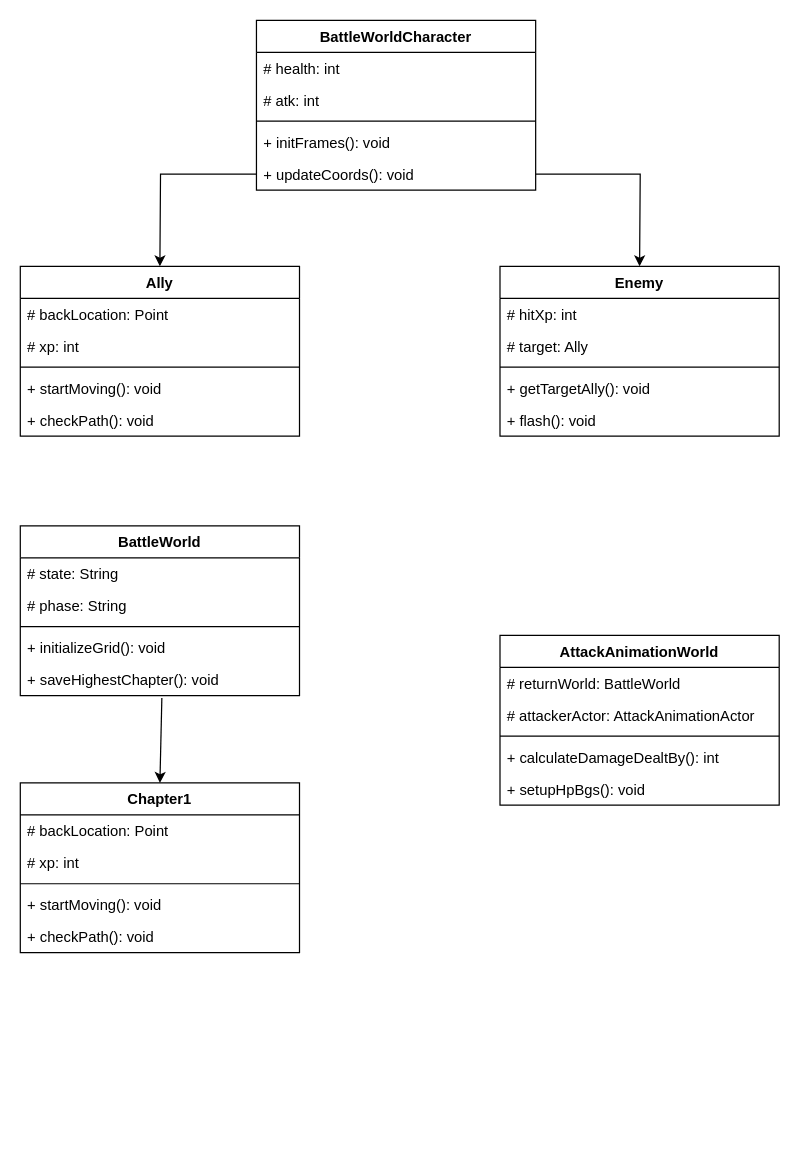
Above: ClassDiagram.drawio.xml in 340802040/HolyInsurrectionAFootIntoHeaven (draw.io), before the change. Source tidied: cells renumbered, new cells numbered last; positions are measured from the earlier drawing's top-left corner, leaving out a move shared by most shapes. Both pictures are drawn from the tidied source at 123%, with x=0, y=0 at pixel (20, 20).
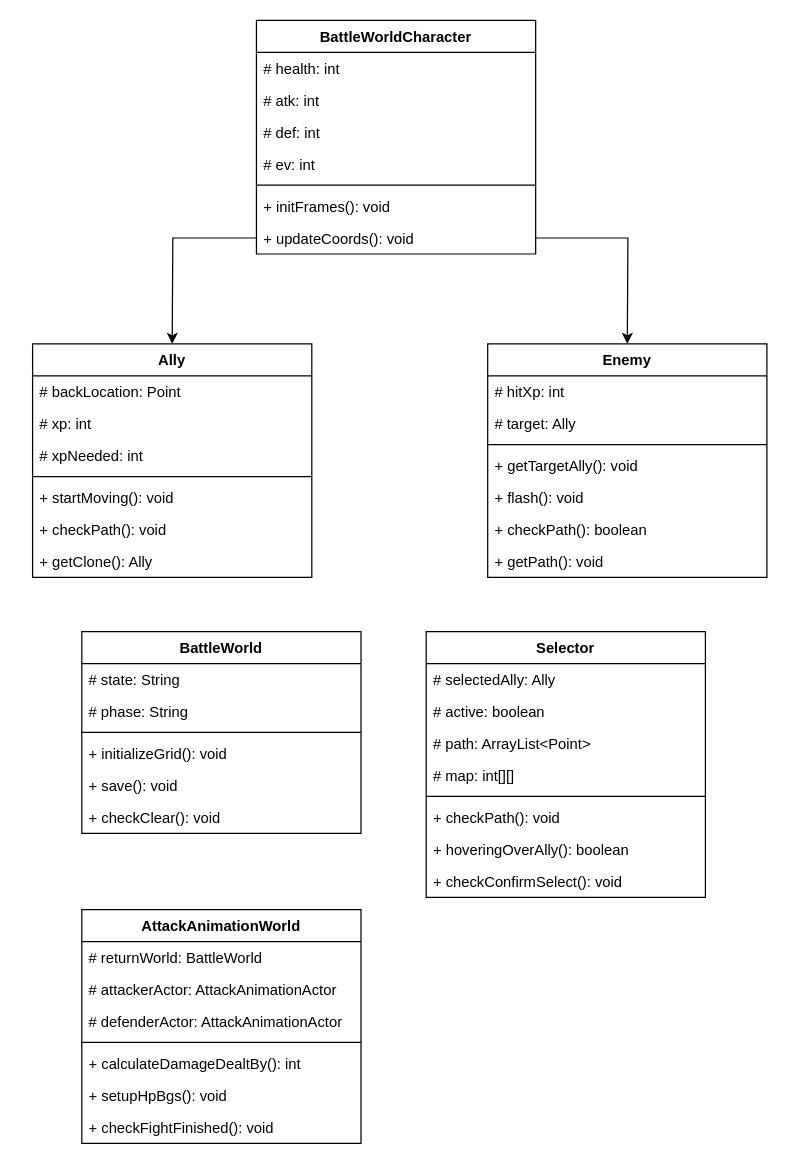
The same diagram, later.

Commit message (it also covers changes not shown here):
Update class diagram

What changed in the source:
```diff
@@
     <mxCell id="2" value="BattleWorldCharacter" style="swimlane;fontStyle=1;align=center;verticalAlign=top;horizontal=1;startSize=26;" parent="1" vertex="1">
-      <mxGeometry x="192" width="227" height="138" as="geometry" />
+      <mxGeometry x="192" width="227" height="190" as="geometry" />
     </mxCell>
@@
+    <mxCell id="41" value="# def: int " style="text;strokeColor=none;fillColor=none;align=left;verticalAlign=top;spacingLeft=4;spacingRight=4;overflow=hidden;" parent="2" vertex="1">
+      <mxGeometry y="78" width="227" height="26" as="geometry" />
+    </mxCell>
+    <mxCell id="42" value="# ev: int " style="text;strokeColor=none;fillColor=none;align=left;verticalAlign=top;spacingLeft=4;spacingRight=4;overflow=hidden;" parent="2" vertex="1">
+      <mxGeometry y="104" width="227" height="26" as="geometry" />
+    </mxCell>
     <mxCell id="5" style="line;strokeWidth=1;fillColor=none;align=left;verticalAlign=middle;spacingTop=-1;spacingLeft=3;spacingRight=3;labelPosition=right;strokeColor=inherit;" parent="2" vertex="1">
-      <mxGeometry y="78" width="227" height="8" as="geometry" />
+      <mxGeometry y="130" width="227" height="8" as="geometry" />
     </mxCell>
     <mxCell id="6" value="+ initFrames(): void" style="text;strokeColor=none;fillColor=none;align=left;verticalAlign=top;spacingLeft=4;spacingRight=4;overflow=hidden;" parent="2" vertex="1">
-      <mxGeometry y="86" width="227" height="26" as="geometry" />
+      <mxGeometry y="138" width="227" height="26" as="geometry" />
     </mxCell>
     <mxCell id="7" value="+ updateCoords(): void" style="text;strokeColor=none;fillColor=none;align=left;verticalAlign=top;spacingLeft=4;spacingRight=4;overflow=hidden;points=[[0,0.5],[1,0.5]];portConstraint=eastwest;" parent="2" vertex="1">
-      <mxGeometry y="112" width="227" height="26" as="geometry" />
+      <mxGeometry y="164" width="227" height="26" as="geometry" />
     </mxCell>
     <mxCell id="8" style="endArrow=classic;html=1;rounded=0;exitX=0;exitY=0.5;exitDx=0;exitDy=0;entryX=0.5;entryY=0;entryDx=0;entryDy=0;" parent="1" edge="1" source="7" target="9">
       <mxGeometry relative="1" as="geometry">
         <Array as="points">
-          <mxPoint x="114" y="125" />
+          <mxPoint x="124" y="177" />
         </Array>
       </mxGeometry>
     </mxCell>
     <mxCell id="9" value="Ally" style="swimlane;fontStyle=1;align=center;verticalAlign=top;horizontal=1;startSize=26;" parent="1" vertex="1">
-      <mxGeometry y="200" width="227" height="138" as="geometry" />
+      <mxGeometry x="10" y="263" width="227" height="190" as="geometry" />
     </mxCell>
@@
+    <mxCell id="43" value="# xpNeeded: int" style="text;strokeColor=none;fillColor=none;align=left;verticalAlign=top;spacingLeft=4;spacingRight=4;overflow=hidden;" parent="9" vertex="1">
+      <mxGeometry y="78" width="227" height="26" as="geometry" />
+    </mxCell>
     <mxCell id="12" style="line;strokeWidth=1;fillColor=none;align=left;verticalAlign=middle;spacingTop=-1;spacingLeft=3;spacingRight=3;labelPosition=right;strokeColor=inherit;" parent="9" vertex="1">
-      <mxGeometry y="78" width="227" height="8" as="geometry" />
+      <mxGeometry y="104" width="227" height="8" as="geometry" />
     </mxCell>
     <mxCell id="13" value="+ startMoving(): void" style="text;strokeColor=none;fillColor=none;align=left;verticalAlign=top;spacingLeft=4;spacingRight=4;overflow=hidden;" parent="9" vertex="1">
-      <mxGeometry y="86" width="227" height="26" as="geometry" />
+      <mxGeometry y="112" width="227" height="26" as="geometry" />
     </mxCell>
     <mxCell id="14" value="+ checkPath(): void" style="text;strokeColor=none;fillColor=none;align=left;verticalAlign=top;spacingLeft=4;spacingRight=4;overflow=hidden;" parent="9" vertex="1">
-      <mxGeometry y="112" width="227" height="26" as="geometry" />
+      <mxGeometry y="138" width="227" height="26" as="geometry" />
     </mxCell>
+    <mxCell id="44" value="+ getClone(): Ally" style="text;strokeColor=none;fillColor=none;align=left;verticalAlign=top;spacingLeft=4;spacingRight=4;overflow=hidden;" parent="9" vertex="1">
+      <mxGeometry y="164" width="227" height="26" as="geometry" />
+    </mxCell>
     <mxCell id="15" style="endArrow=classic;html=1;rounded=0;exitX=1;exitY=0.5;exitDx=0;exitDy=0;entryX=0.5;entryY=0;entryDx=0;entryDy=0;" parent="1" edge="1" source="7" target="16">
       <mxGeometry relative="1" as="geometry">
         <Array as="points">
-          <mxPoint x="504" y="125" />
+          <mxPoint x="494" y="177" />
         </Array>
       </mxGeometry>
     </mxCell>
     <mxCell id="16" value="Enemy" style="swimlane;fontStyle=1;align=center;verticalAlign=top;horizontal=1;startSize=26;" parent="1" vertex="1">
-      <mxGeometry x="390" y="200" width="227" height="138" as="geometry" />
+      <mxGeometry x="380" y="263" width="227" height="190" as="geometry" />
     </mxCell>
@@
+    <mxCell id="45" value="+ checkPath(): boolean" style="text;strokeColor=none;fillColor=none;align=left;verticalAlign=top;spacingLeft=4;spacingRight=4;overflow=hidden;" parent="16" vertex="1">
+      <mxGeometry y="138" width="227" height="26" as="geometry" />
+    </mxCell>
+    <mxCell id="46" value="+ getPath(): void" style="text;strokeColor=none;fillColor=none;align=left;verticalAlign=top;spacingLeft=4;spacingRight=4;overflow=hidden;" parent="16" vertex="1">
+      <mxGeometry y="164" width="227" height="26" as="geometry" />
+    </mxCell>
     <mxCell id="22" value="BattleWorld" style="swimlane;fontStyle=1;align=center;verticalAlign=top;horizontal=1;startSize=26;" parent="1" vertex="1">
-      <mxGeometry y="411" width="227" height="138" as="geometry" />
+      <mxGeometry x="50" y="497" width="227" height="164" as="geometry" />
     </mxCell>
@@
-    <mxCell id="27" value="+ saveHighestChapter(): void" style="text;strokeColor=none;fillColor=none;align=left;verticalAlign=top;spacingLeft=4;spacingRight=4;overflow=hidden;points=[[0,0.5],[1,0.5]];portConstraint=eastwest;" parent="22" vertex="1">
+    <mxCell id="27" value="+ save(): void" style="text;strokeColor=none;fillColor=none;align=left;verticalAlign=top;spacingLeft=4;spacingRight=4;overflow=hidden;points=[[0,0.5],[1,0.5]];portConstraint=eastwest;" parent="22" vertex="1">
       <mxGeometry y="112" width="227" height="26" as="geometry" />
     </mxCell>
-    <mxCell id="28" value="Chapter1" style="swimlane;fontStyle=1;align=center;verticalAlign=top;horizontal=1;startSize=26;" parent="1" vertex="1">
-      <mxGeometry y="620" width="227" height="138" as="geometry" />
-    </mxCell>
-    <mxCell id="29" value="# backLocation: Point" style="text;strokeColor=none;fillColor=none;align=left;verticalAlign=top;spacingLeft=4;spacingRight=4;overflow=hidden;" parent="28" vertex="1">
-      <mxGeometry y="26" width="227" height="26" as="geometry" />
-    </mxCell>
-    <mxCell id="30" value="# xp: int" style="text;strokeColor=none;fillColor=none;align=left;verticalAlign=top;spacingLeft=4;spacingRight=4;overflow=hidden;" parent="28" vertex="1">
-      <mxGeometry y="52" width="227" height="26" as="geometry" />
-    </mxCell>
-    <mxCell id="31" style="line;strokeWidth=1;fillColor=none;align=left;verticalAlign=middle;spacingTop=-1;spacingLeft=3;spacingRight=3;labelPosition=right;strokeColor=inherit;" parent="28" vertex="1">
-      <mxGeometry y="78" width="227" height="8" as="geometry" />
-    </mxCell>
-    <mxCell id="32" value="+ startMoving(): void" style="text;strokeColor=none;fillColor=none;align=left;verticalAlign=top;spacingLeft=4;spacingRight=4;overflow=hidden;" parent="28" vertex="1">
-      <mxGeometry y="86" width="227" height="26" as="geometry" />
-    </mxCell>
-    <mxCell id="33" value="+ checkPath(): void" style="text;strokeColor=none;fillColor=none;align=left;verticalAlign=top;spacingLeft=4;spacingRight=4;overflow=hidden;" parent="28" vertex="1">
-      <mxGeometry y="112" width="227" height="26" as="geometry" />
-    </mxCell>
+    <mxCell id="47" value="+ checkClear(): void" style="text;strokeColor=none;fillColor=none;align=left;verticalAlign=top;spacingLeft=4;spacingRight=4;overflow=hidden;" parent="22" vertex="1">
+      <mxGeometry y="138" width="227" height="26" as="geometry" />
+    </mxCell>
     <mxCell id="34" value="AttackAnimationWorld" style="swimlane;fontStyle=1;align=center;verticalAlign=top;horizontal=1;startSize=26;" parent="1" vertex="1">
-      <mxGeometry x="390" y="500" width="227" height="138" as="geometry" />
+      <mxGeometry x="50" y="723" width="227" height="190" as="geometry" />
     </mxCell>
@@
+    <mxCell id="48" value="# defenderActor: AttackAnimationActor" style="text;strokeColor=none;fillColor=none;align=left;verticalAlign=top;spacingLeft=4;spacingRight=4;overflow=hidden;" parent="34" vertex="1">
+      <mxGeometry y="78" width="227" height="26" as="geometry" />
+    </mxCell>
     <mxCell id="37" style="line;strokeWidth=1;fillColor=none;align=left;verticalAlign=middle;spacingTop=-1;spacingLeft=3;spacingRight=3;labelPosition=right;strokeColor=inherit;" parent="34" vertex="1">
-      <mxGeometry y="78" width="227" height="8" as="geometry" />
+      <mxGeometry y="104" width="227" height="8" as="geometry" />
     </mxCell>
     <mxCell id="38" value="+ calculateDamageDealtBy(): int" style="text;strokeColor=none;fillColor=none;align=left;verticalAlign=top;spacingLeft=4;spacingRight=4;overflow=hidden;" parent="34" vertex="1">
-      <mxGeometry y="86" width="227" height="26" as="geometry" />
+      <mxGeometry y="112" width="227" height="26" as="geometry" />
     </mxCell>
     <mxCell id="39" value="+ setupHpBgs(): void" style="text;strokeColor=none;fillColor=none;align=left;verticalAlign=top;spacingLeft=4;spacingRight=4;overflow=hidden;" parent="34" vertex="1">
-      <mxGeometry y="112" width="227" height="26" as="geometry" />
+      <mxGeometry y="138" width="227" height="26" as="geometry" />
     </mxCell>
-    <mxCell id="40" style="endArrow=classic;html=1;rounded=0;exitX=0.507;exitY=1.077;exitDx=0;exitDy=0;exitPerimeter=0;entryX=0.5;entryY=0;entryDx=0;entryDy=0;" parent="1" edge="1" source="27" target="28">
-      <mxGeometry relative="1" as="geometry" />
-    </mxCell>
+    <mxCell id="49" value="+ checkFightFinished(): void" style="text;strokeColor=none;fillColor=none;align=left;verticalAlign=top;spacingLeft=4;spacingRight=4;overflow=hidden;" parent="34" vertex="1">
+      <mxGeometry y="164" width="227" height="26" as="geometry" />
+    </mxCell>
+    <mxCell id="50" value="Selector" style="swimlane;fontStyle=1;align=center;verticalAlign=top;horizontal=1;startSize=26;" parent="1" vertex="1">
+      <mxGeometry x="330" y="497" width="227" height="216" as="geometry" />
+    </mxCell>
+    <mxCell id="51" value="# selectedAlly: Ally" style="text;strokeColor=none;fillColor=none;align=left;verticalAlign=top;spacingLeft=4;spacingRight=4;overflow=hidden;" parent="50" vertex="1">
+      <mxGeometry y="26" width="227" height="26" as="geometry" />
+    </mxCell>
+    <mxCell id="52" value="# active: boolean" style="text;strokeColor=none;fillColor=none;align=left;verticalAlign=top;spacingLeft=4;spacingRight=4;overflow=hidden;" parent="50" vertex="1">
+      <mxGeometry y="52" width="227" height="26" as="geometry" />
+    </mxCell>
+    <mxCell id="53" value="# path: ArrayList&lt;Point&gt;" style="text;strokeColor=none;fillColor=none;align=left;verticalAlign=top;spacingLeft=4;spacingRight=4;overflow=hidden;" parent="50" vertex="1">
+      <mxGeometry y="78" width="227" height="26" as="geometry" />
+    </mxCell>
+    <mxCell id="54" value="# map: int[][]" style="text;strokeColor=none;fillColor=none;align=left;verticalAlign=top;spacingLeft=4;spacingRight=4;overflow=hidden;" parent="50" vertex="1">
+      <mxGeometry y="104" width="227" height="26" as="geometry" />
+    </mxCell>
+    <mxCell id="55" style="line;strokeWidth=1;fillColor=none;align=left;verticalAlign=middle;spacingTop=-1;spacingLeft=3;spacingRight=3;labelPosition=right;strokeColor=inherit;" parent="50" vertex="1">
+      <mxGeometry y="130" width="227" height="8" as="geometry" />
+    </mxCell>
+    <mxCell id="33" value="+ checkPath(): void" style="text;strokeColor=none;fillColor=none;align=left;verticalAlign=top;spacingLeft=4;spacingRight=4;overflow=hidden;" parent="50" vertex="1">
+      <mxGeometry y="138" width="227" height="26" as="geometry" />
+    </mxCell>
+    <mxCell id="56" value="+ hoveringOverAlly(): boolean" style="text;strokeColor=none;fillColor=none;align=left;verticalAlign=top;spacingLeft=4;spacingRight=4;overflow=hidden;" parent="50" vertex="1">
+      <mxGeometry y="164" width="227" height="26" as="geometry" />
+    </mxCell>
+    <mxCell id="57" value="+ checkConfirmSelect(): void" style="text;strokeColor=none;fillColor=none;align=left;verticalAlign=top;spacingLeft=4;spacingRight=4;overflow=hidden;" parent="50" vertex="1">
+      <mxGeometry y="190" width="227" height="26" as="geometry" />
+    </mxCell>
```
